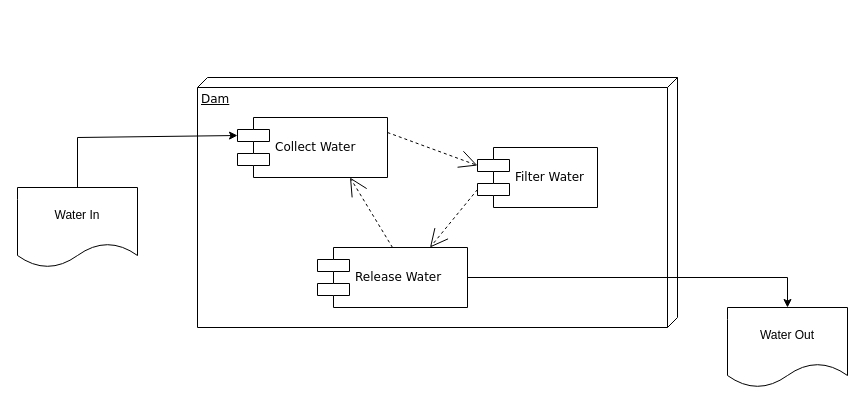
Earlier version of the draw.io diagram page "HL Components" (4 of 5) of figures/ComponentDiagram1.drawio (INTERSECT-training/workshop22-software-design). Source tidied: cells renumbered, new cells numbered last; positions are measured from the earlier drawing's top-left corner, leaving out a move shared by most shapes. Both pictures are drawn from the tidied source at 100%, with x=0, y=0 at pixel (17, 77).
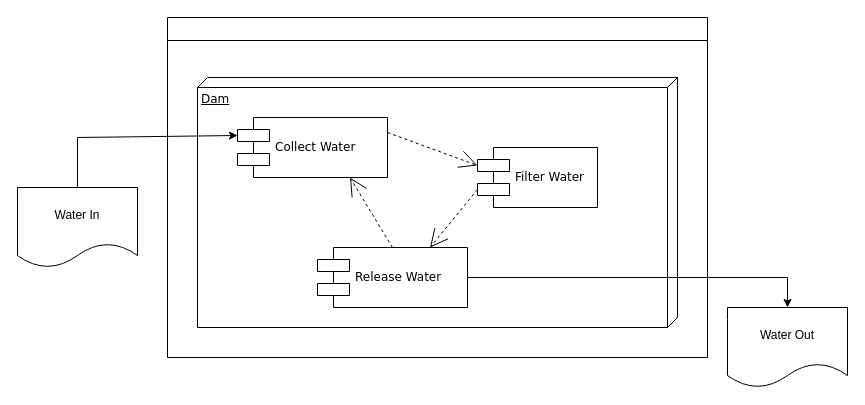
After the change.

Change to the diagram source:
```diff
@@
 <mxGraphModel>
   <root>
     <mxCell id="0" />
     <mxCell id="1" parent="0" />
     <mxCell id="2" value="Dam" style="verticalAlign=top;align=left;spacingTop=8;spacingLeft=2;spacingRight=12;shape=cube;size=10;direction=south;fontStyle=4;html=1;rounded=0;shadow=0;comic=0;labelBackgroundColor=none;strokeWidth=1;fontFamily=Verdana;fontSize=12;" parent="1" vertex="1">
       <mxGeometry x="180" width="480" height="250" as="geometry" />
     </mxCell>
     <mxCell id="3" value="Collect Water" style="shape=component;align=left;spacingLeft=36;rounded=0;shadow=0;comic=0;labelBackgroundColor=none;strokeWidth=1;fontFamily=Verdana;fontSize=12;html=1;" parent="1" vertex="1">
       <mxGeometry x="220" y="40" width="150" height="60" as="geometry" />
     </mxCell>
     <mxCell id="4" value="Filter Water" style="shape=component;align=left;spacingLeft=36;rounded=0;shadow=0;comic=0;labelBackgroundColor=none;strokeWidth=1;fontFamily=Verdana;fontSize=12;html=1;" parent="1" vertex="1">
       <mxGeometry x="460" y="70" width="120" height="60" as="geometry" />
     </mxCell>
     <mxCell id="5" style="edgeStyle=none;rounded=0;html=1;dashed=1;labelBackgroundColor=none;startArrow=none;startFill=0;startSize=8;endArrow=open;endFill=0;endSize=16;fontFamily=Verdana;fontSize=12;entryX=0;entryY=0.3;entryDx=0;entryDy=0;exitX=1;exitY=0.25;exitDx=0;exitDy=0;" parent="1" edge="1" source="3" target="4">
       <mxGeometry relative="1" as="geometry" />
     </mxCell>
     <mxCell id="6" value="Release Water" style="shape=component;align=left;spacingLeft=36;rounded=0;shadow=0;comic=0;labelBackgroundColor=none;strokeWidth=1;fontFamily=Verdana;fontSize=12;html=1;" parent="1" vertex="1">
       <mxGeometry x="300" y="170" width="150" height="60" as="geometry" />
     </mxCell>
     <mxCell id="7" style="edgeStyle=none;rounded=0;html=1;dashed=1;labelBackgroundColor=none;startArrow=none;startFill=0;startSize=8;endArrow=open;endFill=0;endSize=16;fontFamily=Verdana;fontSize=12;entryX=0.75;entryY=0;entryDx=0;entryDy=0;exitX=0;exitY=0.7;exitDx=0;exitDy=0;" parent="1" edge="1" source="4" target="6">
       <mxGeometry relative="1" as="geometry" />
     </mxCell>
     <mxCell id="8" style="edgeStyle=none;rounded=0;html=1;dashed=1;labelBackgroundColor=none;startArrow=none;startFill=0;startSize=8;endArrow=open;endFill=0;endSize=16;fontFamily=Verdana;fontSize=12;entryX=0.75;entryY=1;entryDx=0;entryDy=0;exitX=0.5;exitY=0;exitDx=0;exitDy=0;" parent="1" edge="1" source="6" target="3">
       <mxGeometry relative="1" as="geometry" />
     </mxCell>
     <mxCell id="9" style="endArrow=classic;html=1;rounded=0;entryX=0;entryY=0.3;entryDx=0;entryDy=0;exitX=0.5;exitY=0;exitDx=0;exitDy=0;" parent="1" edge="1" source="11" target="3">
       <mxGeometry relative="1" as="geometry">
         <Array as="points">
           <mxPoint x="60" y="60" />
         </Array>
       </mxGeometry>
     </mxCell>
     <mxCell id="10" style="endArrow=classic;html=1;rounded=0;exitX=1;exitY=0.5;exitDx=0;exitDy=0;entryX=0.5;entryY=0;entryDx=0;entryDy=0;" parent="1" edge="1" source="6" target="12">
       <mxGeometry relative="1" as="geometry">
         <Array as="points">
           <mxPoint x="770" y="200" />
         </Array>
       </mxGeometry>
     </mxCell>
     <mxCell id="11" value="Water In" style="shape=document;whiteSpace=wrap;html=1;boundedLbl=1;" parent="1" vertex="1">
       <mxGeometry y="110" width="120" height="80" as="geometry" />
     </mxCell>
     <mxCell id="12" value="Water Out" style="shape=document;whiteSpace=wrap;html=1;boundedLbl=1;" parent="1" vertex="1">
       <mxGeometry x="710" y="230" width="120" height="80" as="geometry" />
     </mxCell>
+    <mxCell id="13" style="swimlane;" parent="1" vertex="1">
+      <mxGeometry x="150" y="-60" width="540" height="340" as="geometry" />
+    </mxCell>
   </root>
 </mxGraphModel>
```
